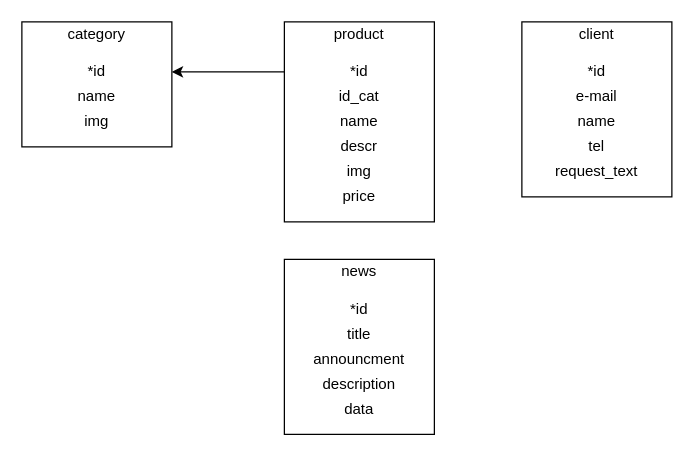
Before: Untitled Diagram.drawio in VadimBurdukov/itconstruct, a draw.io diagram. Source tidied: cells renumbered, new cells numbered last; positions are measured from the earlier drawing's top-left corner, leaving out a move shared by most shapes. Both pictures are drawn from the tidied source at 125%, with x=0, y=0 at pixel (21, 21).
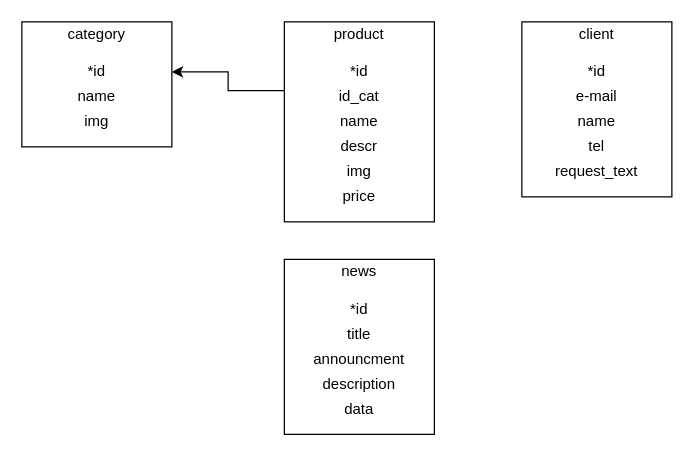
The same page after the edit.

The change refers to these unchanged cells:
```xml
<mxCell id="4" value="*id" style="text;html=1;strokeColor=none;fillColor=none;align=center;verticalAlign=middle;whiteSpace=wrap;rounded=0;" parent="1" vertex="1">
  <mxGeometry y="30" width="120" height="20" as="geometry" />
</mxCell>
<mxCell id="10" value="*id" style="text;html=1;strokeColor=none;fillColor=none;align=center;verticalAlign=middle;whiteSpace=wrap;rounded=0;" parent="1" vertex="1">
  <mxGeometry x="210" y="30" width="120" height="20" as="geometry" />
</mxCell>
<mxCell id="11" value="id_cat" style="text;html=1;strokeColor=none;fillColor=none;align=center;verticalAlign=middle;whiteSpace=wrap;rounded=0;" parent="1" vertex="1">
  <mxGeometry x="210" y="50" width="120" height="20" as="geometry" />
</mxCell>
```

Change to the diagram source:
```diff
@@
-    <mxCell id="9" style="edgeStyle=orthogonalEdgeStyle;rounded=0;jettySize=auto;html=1;" parent="1" edge="1" source="10" target="4">
+    <mxCell id="9" style="edgeStyle=orthogonalEdgeStyle;rounded=0;jettySize=auto;html=1;exitX=0;exitY=0.25;exitDx=0;exitDy=0;" parent="1" edge="1" source="11" target="4">
       <mxGeometry relative="1" as="geometry" />
     </mxCell>
```
